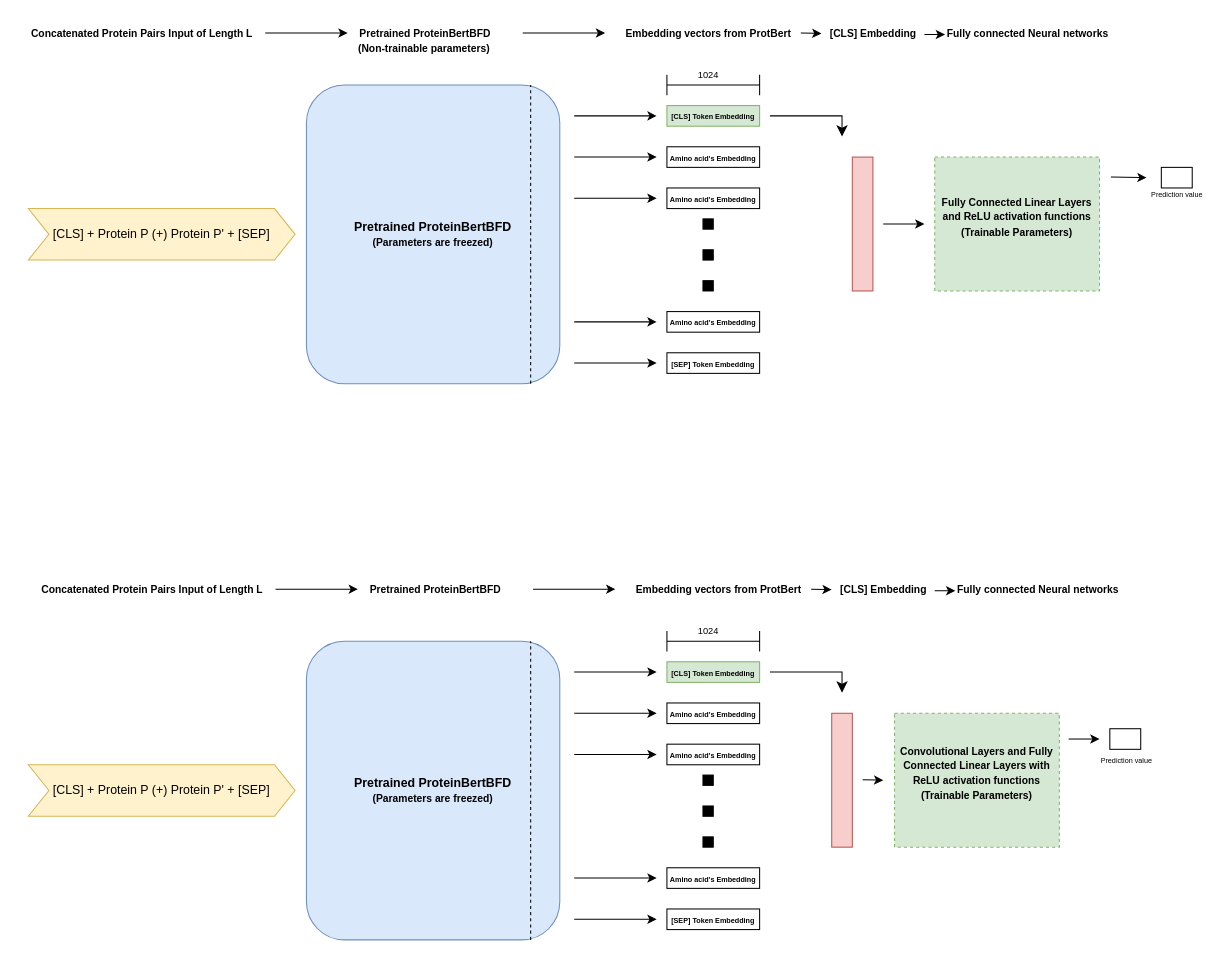
This is page "Page-1" (1 of 4) of images/Untitled Diagram.drawio from danish2562022/PPI_prediction, a draw.io file, before an edit. Source tidied: cells renumbered, new cells numbered last; positions are measured from the earlier drawing's top-left corner, leaving out a move shared by most shapes. Both pictures are drawn from the tidied source at 103%, with x=0, y=0 at pixel (18, 18).
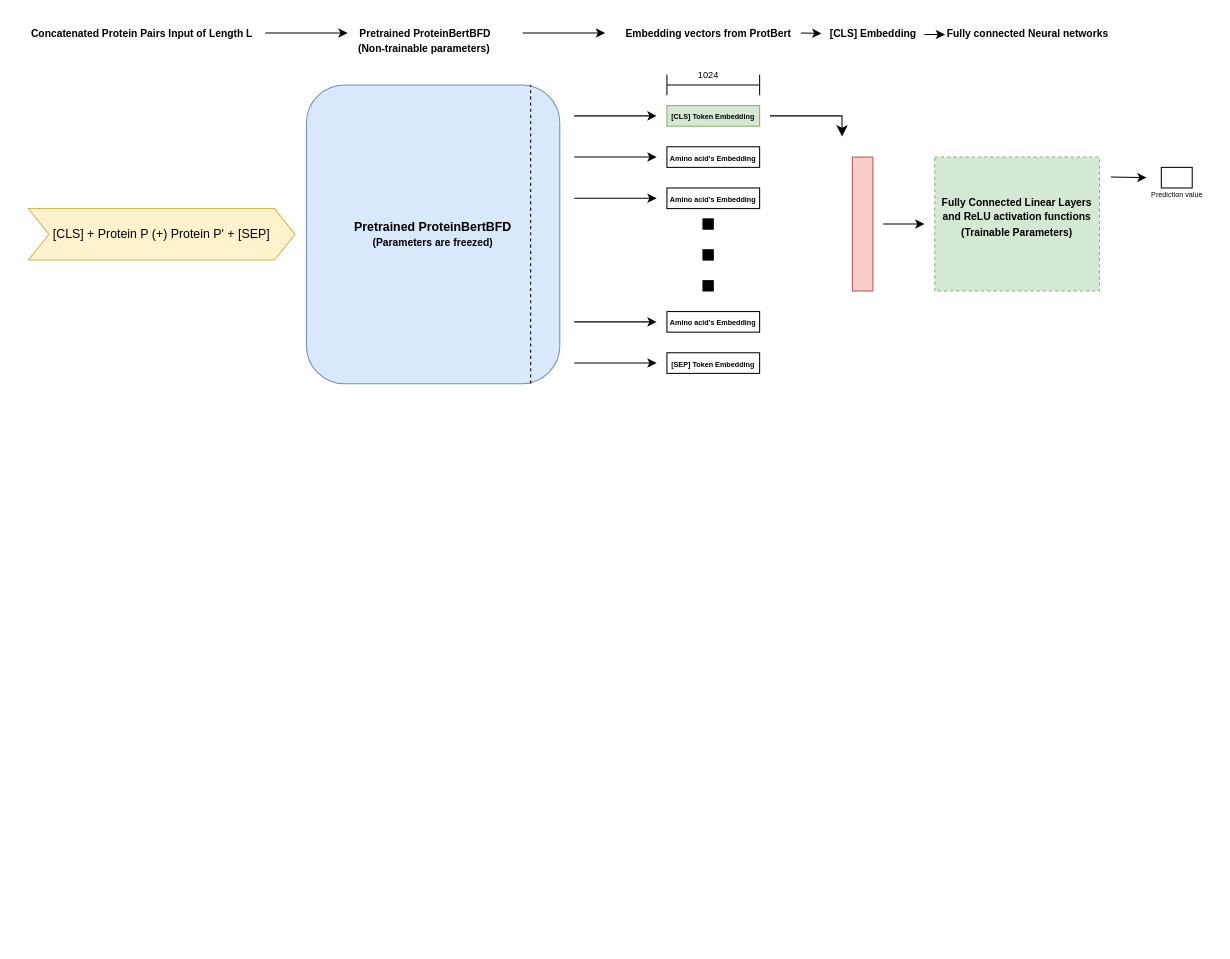
The same page after the edit.

What changed in the source:
```diff
@@
-    <mxCell id="27" value="[CLS] + Protein P (+) Protein P' + [SEP]" style="shape=step;perimeter=stepPerimeter;whiteSpace=wrap;html=1;fixedSize=1;fillColor=#fff2cc;strokeColor=#d6b656;" parent="1" vertex="1">
-      <mxGeometry x="10" y="725" width="259" height="50" as="geometry" />
-    </mxCell>
-    <mxCell id="28" value="&lt;b&gt;Pretrained ProteinBertBFD&lt;br&gt;&lt;font style=&quot;font-size: 10px;&quot;&gt;(Parameters are freezed)&lt;/font&gt;&lt;/b&gt;" style="rounded=1;whiteSpace=wrap;html=1;fillColor=#dae8fc;strokeColor=#6c8ebf;" parent="1" vertex="1">
-      <mxGeometry x="280" y="605" width="246" height="290" as="geometry" />
-    </mxCell>
-    <mxCell id="29" style="endArrow=none;dashed=1;html=1;rounded=0;entryX=0.885;entryY=0;entryDx=0;entryDy=0;entryPerimeter=0;exitX=0.885;exitY=1;exitDx=0;exitDy=0;exitPerimeter=0;" parent="1" edge="1" source="28" target="28">
-      <mxGeometry relative="1" as="geometry" />
-    </mxCell>
-    <mxCell id="30" style="endArrow=classic;html=1;rounded=0;" parent="1" edge="1">
-      <mxGeometry relative="1" as="geometry">
-        <mxPoint x="540" y="635" as="sourcePoint" />
-        <mxPoint x="620" y="635" as="targetPoint" />
-      </mxGeometry>
-    </mxCell>
-    <mxCell id="31" style="endArrow=classic;html=1;rounded=0;" parent="1" edge="1">
-      <mxGeometry relative="1" as="geometry">
-        <mxPoint x="540" y="875" as="sourcePoint" />
-        <mxPoint x="620" y="875" as="targetPoint" />
-      </mxGeometry>
-    </mxCell>
-    <mxCell id="32" style="endArrow=classic;html=1;rounded=0;" parent="1" edge="1">
-      <mxGeometry relative="1" as="geometry">
-        <mxPoint x="540" y="675" as="sourcePoint" />
-        <mxPoint x="620" y="675" as="targetPoint" />
-      </mxGeometry>
-    </mxCell>
-    <mxCell id="33" style="endArrow=classic;html=1;rounded=0;" parent="1" edge="1">
-      <mxGeometry relative="1" as="geometry">
-        <mxPoint x="540" y="715" as="sourcePoint" />
-        <mxPoint x="620" y="715" as="targetPoint" />
-      </mxGeometry>
-    </mxCell>
-    <mxCell id="34" style="endArrow=classic;html=1;rounded=0;" parent="1" edge="1">
-      <mxGeometry relative="1" as="geometry">
-        <mxPoint x="540" y="835" as="sourcePoint" />
-        <mxPoint x="620" y="835" as="targetPoint" />
-      </mxGeometry>
-    </mxCell>
-    <mxCell id="35" value="&lt;font style=&quot;font-size: 7px;&quot;&gt;&lt;b&gt;[CLS] Token Embedding&lt;/b&gt;&lt;/font&gt;" style="rounded=0;whiteSpace=wrap;html=1;fillColor=#d5e8d4;strokeColor=#82b366;" parent="1" vertex="1">
-      <mxGeometry x="630" y="625" width="90" height="20" as="geometry" />
-    </mxCell>
-    <mxCell id="36" value="&lt;font style=&quot;font-size: 7px;&quot;&gt;&lt;b&gt;Amino acid's Embedding&lt;/b&gt;&lt;/font&gt;" style="rounded=0;whiteSpace=wrap;html=1;" parent="1" vertex="1">
-      <mxGeometry x="630" y="665" width="90" height="20" as="geometry" />
-    </mxCell>
-    <mxCell id="37" value="&lt;b style=&quot;--tw-border-spacing-x: 0; --tw-border-spacing-y: 0; --tw-translate-x: 0; --tw-translate-y: 0; --tw-rotate: 0; --tw-skew-x: 0; --tw-skew-y: 0; --tw-scale-x: 1; --tw-scale-y: 1; --tw-pan-x: ; --tw-pan-y: ; --tw-pinch-zoom: ; --tw-scroll-snap-strictness: proximity; --tw-ordinal: ; --tw-slashed-zero: ; --tw-numeric-figure: ; --tw-numeric-spacing: ; --tw-numeric-fraction: ; --tw-ring-inset: ; --tw-ring-offset-width: 0px; --tw-ring-offset-color: #fff; --tw-ring-color: rgb(59 130 246 / 0.5); --tw-ring-offset-shadow: 0 0 #0000; --tw-ring-shadow: 0 0 #0000; --tw-shadow: 0 0 #0000; --tw-shadow-colored: 0 0 #0000; --tw-blur: ; --tw-brightness: ; --tw-contrast: ; --tw-grayscale: ; --tw-hue-rotate: ; --tw-invert: ; --tw-saturate: ; --tw-sepia: ; --tw-drop-shadow: ; --tw-backdrop-blur: ; --tw-backdrop-brightness: ; --tw-backdrop-contrast: ; --tw-backdrop-grayscale: ; --tw-backdrop-hue-rotate: ; --tw-backdrop-invert: ; --tw-backdrop-opacity: ; --tw-backdrop-saturate: ; --tw-backdrop-sepia: ; border-color: var(--border-color); font-size: 7px;&quot;&gt;Amino acid's Embedding&lt;/b&gt;" style="rounded=0;whiteSpace=wrap;html=1;" parent="1" vertex="1">
-      <mxGeometry x="630" y="705" width="90" height="20" as="geometry" />
-    </mxCell>
-    <mxCell id="38" value="&lt;b style=&quot;--tw-border-spacing-x: 0; --tw-border-spacing-y: 0; --tw-translate-x: 0; --tw-translate-y: 0; --tw-rotate: 0; --tw-skew-x: 0; --tw-skew-y: 0; --tw-scale-x: 1; --tw-scale-y: 1; --tw-pan-x: ; --tw-pan-y: ; --tw-pinch-zoom: ; --tw-scroll-snap-strictness: proximity; --tw-ordinal: ; --tw-slashed-zero: ; --tw-numeric-figure: ; --tw-numeric-spacing: ; --tw-numeric-fraction: ; --tw-ring-inset: ; --tw-ring-offset-width: 0px; --tw-ring-offset-color: #fff; --tw-ring-color: rgb(59 130 246 / 0.5); --tw-ring-offset-shadow: 0 0 #0000; --tw-ring-shadow: 0 0 #0000; --tw-shadow: 0 0 #0000; --tw-shadow-colored: 0 0 #0000; --tw-blur: ; --tw-brightness: ; --tw-contrast: ; --tw-grayscale: ; --tw-hue-rotate: ; --tw-invert: ; --tw-saturate: ; --tw-sepia: ; --tw-drop-shadow: ; --tw-backdrop-blur: ; --tw-backdrop-brightness: ; --tw-backdrop-contrast: ; --tw-backdrop-grayscale: ; --tw-backdrop-hue-rotate: ; --tw-backdrop-invert: ; --tw-backdrop-opacity: ; --tw-backdrop-saturate: ; --tw-backdrop-sepia: ; border-color: var(--border-color); font-size: 7px;&quot;&gt;Amino acid's Embedding&lt;/b&gt;" style="rounded=0;whiteSpace=wrap;html=1;" parent="1" vertex="1">
-      <mxGeometry x="630" y="825" width="90" height="20" as="geometry" />
-    </mxCell>
-    <mxCell id="39" value="&lt;b style=&quot;--tw-border-spacing-x: 0; --tw-border-spacing-y: 0; --tw-translate-x: 0; --tw-translate-y: 0; --tw-rotate: 0; --tw-skew-x: 0; --tw-skew-y: 0; --tw-scale-x: 1; --tw-scale-y: 1; --tw-pan-x: ; --tw-pan-y: ; --tw-pinch-zoom: ; --tw-scroll-snap-strictness: proximity; --tw-ordinal: ; --tw-slashed-zero: ; --tw-numeric-figure: ; --tw-numeric-spacing: ; --tw-numeric-fraction: ; --tw-ring-inset: ; --tw-ring-offset-width: 0px; --tw-ring-offset-color: #fff; --tw-ring-color: rgb(59 130 246 / 0.5); --tw-ring-offset-shadow: 0 0 #0000; --tw-ring-shadow: 0 0 #0000; --tw-shadow: 0 0 #0000; --tw-shadow-colored: 0 0 #0000; --tw-blur: ; --tw-brightness: ; --tw-contrast: ; --tw-grayscale: ; --tw-hue-rotate: ; --tw-invert: ; --tw-saturate: ; --tw-sepia: ; --tw-drop-shadow: ; --tw-backdrop-blur: ; --tw-backdrop-brightness: ; --tw-backdrop-contrast: ; --tw-backdrop-grayscale: ; --tw-backdrop-hue-rotate: ; --tw-backdrop-invert: ; --tw-backdrop-opacity: ; --tw-backdrop-saturate: ; --tw-backdrop-sepia: ; border-color: var(--border-color); font-size: 7px;&quot;&gt;[SEP] Token Embedding&lt;/b&gt;" style="rounded=0;whiteSpace=wrap;html=1;" parent="1" vertex="1">
-      <mxGeometry x="630" y="865" width="90" height="20" as="geometry" />
-    </mxCell>
-    <mxCell id="40" style="shape=crossbar;whiteSpace=wrap;html=1;rounded=1;" parent="1" vertex="1">
-      <mxGeometry x="630" y="595" width="90" height="20" as="geometry" />
-    </mxCell>
-    <mxCell id="41" value="&lt;font style=&quot;font-size: 9px;&quot;&gt;1024&lt;/font&gt;" style="text;html=1;align=center;verticalAlign=middle;strokeColor=none;fillColor=none;" parent="1" vertex="1">
-      <mxGeometry x="650" y="580" width="40" height="30" as="geometry" />
-    </mxCell>
-    <mxCell id="42" style="rounded=0;whiteSpace=wrap;html=1;fillColor=#000000;" parent="1" vertex="1">
-      <mxGeometry x="665" y="735" width="10" height="10" as="geometry" />
-    </mxCell>
-    <mxCell id="43" style="rounded=0;whiteSpace=wrap;html=1;fillColor=#000000;" parent="1" vertex="1">
-      <mxGeometry x="665" y="765" width="10" height="10" as="geometry" />
-    </mxCell>
-    <mxCell id="44" style="rounded=0;whiteSpace=wrap;html=1;fillColor=#000000;" parent="1" vertex="1">
-      <mxGeometry x="665" y="795" width="10" height="10" as="geometry" />
-    </mxCell>
-    <mxCell id="45" style="edgeStyle=segmentEdgeStyle;endArrow=classic;html=1;curved=0;rounded=0;endSize=8;startSize=8;" parent="1" edge="1">
-      <mxGeometry relative="1" as="geometry">
-        <mxPoint x="730" y="635" as="sourcePoint" />
-        <mxPoint x="800" y="655" as="targetPoint" />
-      </mxGeometry>
-    </mxCell>
-    <mxCell id="46" style="rounded=0;whiteSpace=wrap;html=1;fillColor=#f8cecc;strokeColor=#b85450;" parent="1" vertex="1">
-      <mxGeometry x="790" y="675" width="20" height="130" as="geometry" />
-    </mxCell>
-    <mxCell id="47" value="&lt;font style=&quot;font-size: 10px;&quot;&gt;&lt;b&gt;Convolutional Layers and Fully Connected Linear Layers with ReLU activation functions&lt;br&gt;(Trainable Parameters)&lt;br&gt;&lt;br&gt;&lt;/b&gt;&lt;/font&gt;" style="rounded=0;whiteSpace=wrap;html=1;dashed=1;fillColor=#d5e8d4;strokeColor=#82b366;" parent="1" vertex="1">
-      <mxGeometry x="851" y="675" width="160" height="130" as="geometry" />
-    </mxCell>
-    <mxCell id="48" style="endArrow=classic;html=1;rounded=0;" parent="1" edge="1">
-      <mxGeometry relative="1" as="geometry">
-        <mxPoint x="820" y="739.5" as="sourcePoint" />
-        <mxPoint x="840" y="740" as="targetPoint" />
-      </mxGeometry>
-    </mxCell>
-    <mxCell id="49" style="endArrow=classic;html=1;rounded=0;" parent="1" edge="1">
-      <mxGeometry relative="1" as="geometry">
-        <mxPoint x="1020" y="700" as="sourcePoint" />
-        <mxPoint x="1050" y="700" as="targetPoint" />
-      </mxGeometry>
-    </mxCell>
-    <mxCell id="50" style="rounded=0;whiteSpace=wrap;html=1;" parent="1" vertex="1">
-      <mxGeometry x="1060" y="690" width="30" height="20" as="geometry" />
-    </mxCell>
-    <mxCell id="51" value="&lt;font style=&quot;font-size: 7px;&quot;&gt;Prediction value&lt;/font&gt;" style="text;html=1;align=center;verticalAlign=middle;strokeColor=none;fillColor=none;" parent="1" vertex="1">
-      <mxGeometry x="1041" y="705" width="70" height="30" as="geometry" />
-    </mxCell>
@@
-    <mxCell id="62" value="&lt;font style=&quot;font-size: 10px;&quot;&gt;&lt;b&gt;Concatenated Protein Pairs Input of Length L&lt;/b&gt;&lt;/font&gt;" style="text;html=1;align=center;verticalAlign=middle;strokeColor=none;fillColor=none;" parent="1" vertex="1">
-      <mxGeometry x="10" y="540" width="240" height="30" as="geometry" />
-    </mxCell>
-    <mxCell id="63" value="&lt;font style=&quot;font-size: 10px;&quot;&gt;&lt;b&gt;Pretrained ProteinBertBFD&lt;/b&gt;&lt;/font&gt;" style="text;html=1;align=center;verticalAlign=middle;strokeColor=none;fillColor=none;" parent="1" vertex="1">
-      <mxGeometry x="330" y="540" width="150" height="30" as="geometry" />
-    </mxCell>
-    <mxCell id="64" value="&lt;b&gt;&lt;font style=&quot;font-size: 10px;&quot;&gt;Embedding vectors from ProtBert&lt;/font&gt;&lt;/b&gt;" style="text;html=1;align=center;verticalAlign=middle;strokeColor=none;fillColor=none;" parent="1" vertex="1">
-      <mxGeometry x="590" y="540" width="180" height="30" as="geometry" />
-    </mxCell>
-    <mxCell id="65" value="&lt;font style=&quot;font-size: 10px;&quot;&gt;&lt;b&gt;[CLS] Embedding&lt;/b&gt;&lt;/font&gt;" style="text;html=1;align=center;verticalAlign=middle;points=[];strokeColor=none;fillColor=none;" parent="1" vertex="1">
-      <mxGeometry x="785" y="540" width="110" height="30" as="geometry" />
-    </mxCell>
-    <mxCell id="66" value="&lt;font style=&quot;font-size: 10px;&quot;&gt;&lt;b&gt;Fully connected Neural networks&lt;/b&gt;&lt;/font&gt;" style="text;html=1;align=center;verticalAlign=middle;strokeColor=none;fillColor=none;" parent="1" vertex="1">
-      <mxGeometry x="900" y="540" width="180" height="30" as="geometry" />
-    </mxCell>
-    <mxCell id="67" style="endArrow=classic;html=1;rounded=0;" parent="1" edge="1">
-      <mxGeometry relative="1" as="geometry">
-        <mxPoint x="250" y="554.5" as="sourcePoint" />
-        <mxPoint x="330" y="554.5" as="targetPoint" />
-      </mxGeometry>
-    </mxCell>
-    <mxCell id="68" style="endArrow=classic;html=1;rounded=0;" parent="1" edge="1">
-      <mxGeometry relative="1" as="geometry">
-        <mxPoint x="500" y="554.5" as="sourcePoint" />
-        <mxPoint x="580" y="554.5" as="targetPoint" />
-      </mxGeometry>
-    </mxCell>
-    <mxCell id="69" style="endArrow=classic;html=1;rounded=0;" parent="1" edge="1">
-      <mxGeometry relative="1" as="geometry">
-        <mxPoint x="770" y="554.5" as="sourcePoint" />
-        <mxPoint x="790" y="555" as="targetPoint" />
-      </mxGeometry>
-    </mxCell>
-    <mxCell id="70" style="endArrow=classic;html=1;rounded=0;" parent="1" edge="1" source="65">
-      <mxGeometry relative="1" as="geometry">
-        <mxPoint x="910" y="556" as="targetPoint" />
-        <Array as="points">
-          <mxPoint x="890" y="556" />
-        </Array>
-      </mxGeometry>
-    </mxCell>
```
